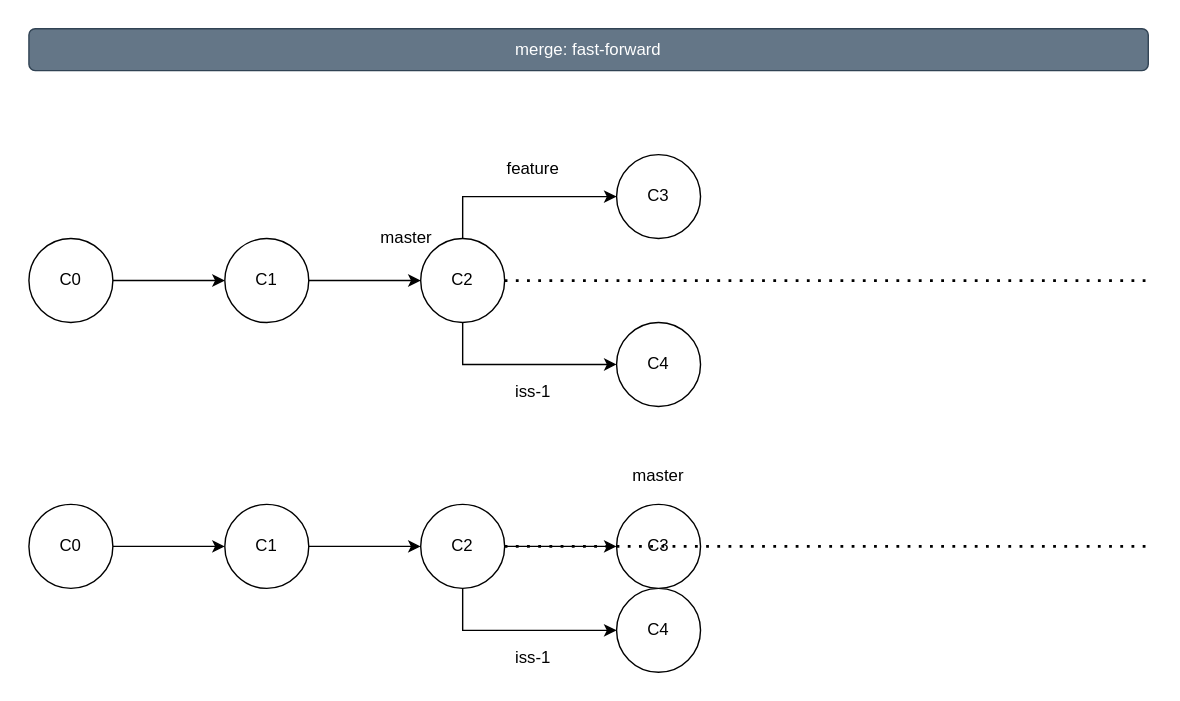
Earlier version of the draw.io export 03-工作流/images/merge.svg (cd-home/Root). Source tidied: cells renumbered, new cells last; positions are measured from the earlier drawing's top-left corner, leaving out a move shared by most shapes. Its diagram source:
```xml
<mxGraphModel>
  <root>
    <mxCell id="0" />
    <mxCell id="1" parent="0" />
    <mxCell id="2" value="merge: fast-forward" style="rounded=1;whiteSpace=wrap;html=1;fillColor=#647687;strokeColor=#314354;fontColor=#ffffff;" parent="1" vertex="1">
      <mxGeometry width="800" height="30" as="geometry" />
    </mxCell>
    <mxCell id="3" style="edgeStyle=orthogonalEdgeStyle;rounded=0;jettySize=auto;html=1;" parent="1" edge="1" source="4" target="6">
      <mxGeometry relative="1" as="geometry" />
    </mxCell>
    <mxCell id="4" value="C0" style="ellipse;whiteSpace=wrap;html=1;fillColor=#FFFFFF;" parent="1" vertex="1">
      <mxGeometry y="150" width="60" height="60" as="geometry" />
    </mxCell>
    <mxCell id="5" style="edgeStyle=orthogonalEdgeStyle;rounded=0;jettySize=auto;html=1;" parent="1" edge="1" source="6" target="9">
      <mxGeometry relative="1" as="geometry" />
    </mxCell>
    <mxCell id="6" value="C1" style="ellipse;whiteSpace=wrap;html=1;fillColor=#FFFFFF;" parent="1" vertex="1">
      <mxGeometry x="140" y="150" width="60" height="60" as="geometry" />
    </mxCell>
    <mxCell id="7" style="edgeStyle=orthogonalEdgeStyle;rounded=0;jettySize=auto;html=1;exitX=0.5;exitY=1;exitDx=0;exitDy=0;entryX=0;entryY=0.5;entryDx=0;entryDy=0;" parent="1" edge="1" source="9" target="10">
      <mxGeometry relative="1" as="geometry">
        <Array as="points">
          <mxPoint x="310" y="240" />
        </Array>
      </mxGeometry>
    </mxCell>
    <mxCell id="8" style="edgeStyle=orthogonalEdgeStyle;rounded=0;jettySize=auto;html=1;entryX=0;entryY=0.5;entryDx=0;entryDy=0;" parent="1" edge="1" source="9" target="11">
      <mxGeometry relative="1" as="geometry">
        <Array as="points">
          <mxPoint x="310" y="120" />
        </Array>
      </mxGeometry>
    </mxCell>
    <mxCell id="9" value="C2" style="ellipse;whiteSpace=wrap;html=1;fillColor=#FFFFFF;" parent="1" vertex="1">
      <mxGeometry x="280" y="150" width="60" height="60" as="geometry" />
    </mxCell>
    <mxCell id="10" value="C4" style="ellipse;whiteSpace=wrap;html=1;fillColor=#FFFFFF;" parent="1" vertex="1">
      <mxGeometry x="420" y="210" width="60" height="60" as="geometry" />
    </mxCell>
    <mxCell id="11" value="C3" style="ellipse;whiteSpace=wrap;html=1;fillColor=#FFFFFF;" parent="1" vertex="1">
      <mxGeometry x="420" y="90" width="60" height="60" as="geometry" />
    </mxCell>
    <mxCell id="12" value="master" style="text;html=1;strokeColor=none;fillColor=none;align=center;verticalAlign=middle;whiteSpace=wrap;rounded=0;" parent="1" vertex="1">
      <mxGeometry x="250" y="140" width="40" height="20" as="geometry" />
    </mxCell>
    <mxCell id="13" value="feature" style="text;html=1;align=center;verticalAlign=middle;strokeColor=none;" parent="1" vertex="1">
      <mxGeometry x="335" y="90" width="50" height="20" as="geometry" />
    </mxCell>
    <mxCell id="14" value="iss-1" style="text;html=1;align=center;verticalAlign=middle;strokeColor=none;" parent="1" vertex="1">
      <mxGeometry x="340" y="250" width="40" height="20" as="geometry" />
    </mxCell>
    <mxCell id="15" style="endArrow=none;dashed=1;html=1;dashPattern=1 3;strokeWidth=2;exitX=1;exitY=0.5;exitDx=0;exitDy=0;" parent="1" edge="1" source="9">
      <mxGeometry relative="1" as="geometry">
        <mxPoint x="800" y="180" as="targetPoint" />
      </mxGeometry>
    </mxCell>
    <mxCell id="16" style="edgeStyle=orthogonalEdgeStyle;rounded=0;jettySize=auto;html=1;" parent="1" edge="1" source="17" target="19">
      <mxGeometry relative="1" as="geometry" />
    </mxCell>
    <mxCell id="17" value="C0" style="ellipse;whiteSpace=wrap;html=1;fillColor=#FFFFFF;" parent="1" vertex="1">
      <mxGeometry y="340" width="60" height="60" as="geometry" />
    </mxCell>
    <mxCell id="18" style="edgeStyle=orthogonalEdgeStyle;rounded=0;jettySize=auto;html=1;" parent="1" edge="1" source="19" target="22">
      <mxGeometry relative="1" as="geometry" />
    </mxCell>
    <mxCell id="19" value="C1" style="ellipse;whiteSpace=wrap;html=1;fillColor=#FFFFFF;" parent="1" vertex="1">
      <mxGeometry x="140" y="340" width="60" height="60" as="geometry" />
    </mxCell>
    <mxCell id="20" style="edgeStyle=orthogonalEdgeStyle;rounded=0;jettySize=auto;html=1;exitX=0.5;exitY=1;exitDx=0;exitDy=0;entryX=0;entryY=0.5;entryDx=0;entryDy=0;" parent="1" edge="1" source="22" target="23">
      <mxGeometry relative="1" as="geometry">
        <Array as="points">
          <mxPoint x="310" y="430" />
        </Array>
      </mxGeometry>
    </mxCell>
    <mxCell id="21" style="edgeStyle=orthogonalEdgeStyle;rounded=0;jettySize=auto;html=1;entryX=0;entryY=0.5;entryDx=0;entryDy=0;" parent="1" edge="1" source="22" target="24">
      <mxGeometry relative="1" as="geometry">
        <Array as="points">
          <mxPoint x="370" y="370" />
          <mxPoint x="370" y="370" />
        </Array>
      </mxGeometry>
    </mxCell>
    <mxCell id="22" value="C2" style="ellipse;whiteSpace=wrap;html=1;fillColor=#FFFFFF;" parent="1" vertex="1">
      <mxGeometry x="280" y="340" width="60" height="60" as="geometry" />
    </mxCell>
    <mxCell id="23" value="C4" style="ellipse;whiteSpace=wrap;html=1;fillColor=#FFFFFF;" parent="1" vertex="1">
      <mxGeometry x="420" y="400" width="60" height="60" as="geometry" />
    </mxCell>
    <mxCell id="24" value="C3" style="ellipse;whiteSpace=wrap;html=1;fillColor=#FFFFFF;" parent="1" vertex="1">
      <mxGeometry x="420" y="340" width="60" height="60" as="geometry" />
    </mxCell>
    <mxCell id="25" value="master" style="text;html=1;strokeColor=none;fillColor=none;align=center;verticalAlign=middle;whiteSpace=wrap;rounded=0;" parent="1" vertex="1">
      <mxGeometry x="430" y="310" width="40" height="20" as="geometry" />
    </mxCell>
    <mxCell id="26" value="iss-1" style="text;html=1;align=center;verticalAlign=middle;strokeColor=none;" parent="1" vertex="1">
      <mxGeometry x="340" y="440" width="40" height="20" as="geometry" />
    </mxCell>
    <mxCell id="27" style="endArrow=none;dashed=1;html=1;dashPattern=1 3;strokeWidth=2;exitX=1;exitY=0.5;exitDx=0;exitDy=0;" parent="1" edge="1" source="22">
      <mxGeometry relative="1" as="geometry">
        <mxPoint x="800" y="370" as="targetPoint" />
      </mxGeometry>
    </mxCell>
  </root>
</mxGraphModel>
```
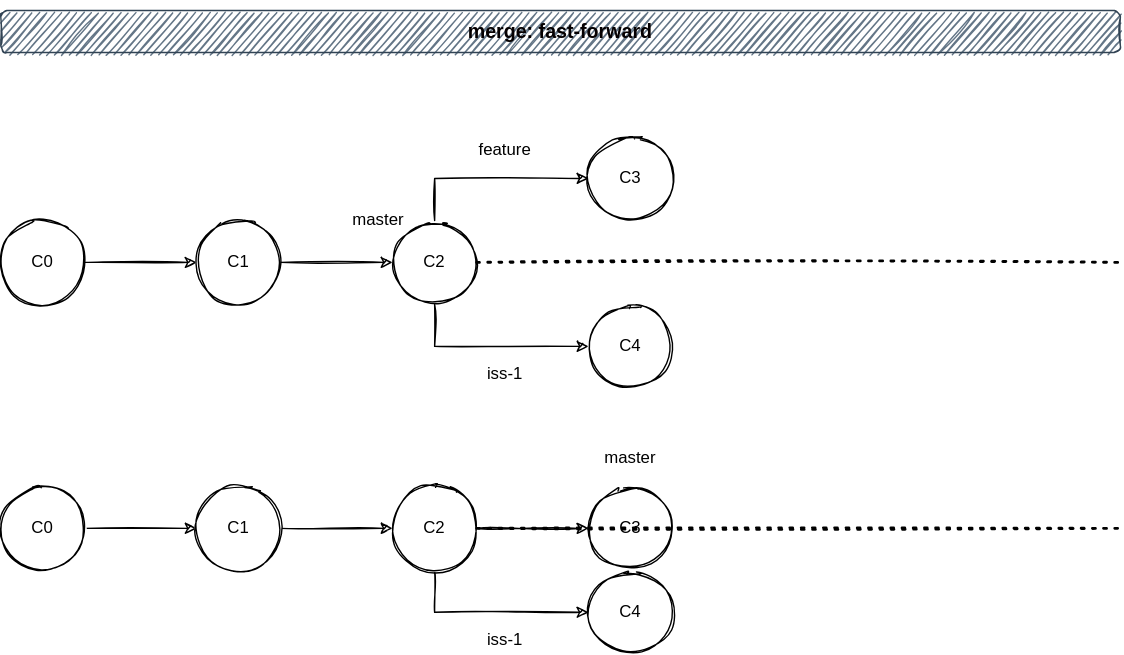
Later version of the same file.

The edit, as a diff of the source:
```diff
@@ -2,78 +2,78 @@
   <root>
     <mxCell id="0" />
     <mxCell id="1" parent="0" />
-    <mxCell id="2" value="merge: fast-forward" style="rounded=1;whiteSpace=wrap;html=1;fillColor=#647687;strokeColor=#314354;fontColor=#ffffff;" parent="1" vertex="1">
+    <mxCell id="2" value="&lt;h3&gt;&lt;font color=&quot;#050001&quot;&gt;merge: fast-forward&lt;/font&gt;&lt;/h3&gt;" style="rounded=1;whiteSpace=wrap;html=1;fillColor=#647687;strokeColor=#314354;fontColor=#ffffff;sketch=1;" parent="1" vertex="1">
       <mxGeometry width="800" height="30" as="geometry" />
     </mxCell>
-    <mxCell id="3" style="edgeStyle=orthogonalEdgeStyle;rounded=0;jettySize=auto;html=1;" parent="1" edge="1" source="4" target="6">
+    <mxCell id="3" style="edgeStyle=orthogonalEdgeStyle;rounded=0;jettySize=auto;html=1;sketch=1;" parent="1" edge="1" source="4" target="6">
       <mxGeometry relative="1" as="geometry" />
     </mxCell>
-    <mxCell id="4" value="C0" style="ellipse;whiteSpace=wrap;html=1;fillColor=#FFFFFF;" parent="1" vertex="1">
+    <mxCell id="4" value="C0" style="ellipse;whiteSpace=wrap;html=1;fillColor=#FFFFFF;sketch=1;" parent="1" vertex="1">
       <mxGeometry y="150" width="60" height="60" as="geometry" />
     </mxCell>
-    <mxCell id="5" style="edgeStyle=orthogonalEdgeStyle;rounded=0;jettySize=auto;html=1;" parent="1" edge="1" source="6" target="9">
+    <mxCell id="5" style="edgeStyle=orthogonalEdgeStyle;rounded=0;jettySize=auto;html=1;sketch=1;" parent="1" edge="1" source="6" target="9">
       <mxGeometry relative="1" as="geometry" />
     </mxCell>
-    <mxCell id="6" value="C1" style="ellipse;whiteSpace=wrap;html=1;fillColor=#FFFFFF;" parent="1" vertex="1">
+    <mxCell id="6" value="C1" style="ellipse;whiteSpace=wrap;html=1;fillColor=#FFFFFF;sketch=1;" parent="1" vertex="1">
       <mxGeometry x="140" y="150" width="60" height="60" as="geometry" />
     </mxCell>
-    <mxCell id="7" style="edgeStyle=orthogonalEdgeStyle;rounded=0;jettySize=auto;html=1;exitX=0.5;exitY=1;exitDx=0;exitDy=0;entryX=0;entryY=0.5;entryDx=0;entryDy=0;" parent="1" edge="1" source="9" target="10">
+    <mxCell id="7" style="edgeStyle=orthogonalEdgeStyle;rounded=0;jettySize=auto;html=1;exitX=0.5;exitY=1;exitDx=0;exitDy=0;entryX=0;entryY=0.5;entryDx=0;entryDy=0;sketch=1;" parent="1" edge="1" source="9" target="10">
       <mxGeometry relative="1" as="geometry">
         <Array as="points">
           <mxPoint x="310" y="240" />
         </Array>
       </mxGeometry>
     </mxCell>
-    <mxCell id="8" style="edgeStyle=orthogonalEdgeStyle;rounded=0;jettySize=auto;html=1;entryX=0;entryY=0.5;entryDx=0;entryDy=0;" parent="1" edge="1" source="9" target="11">
+    <mxCell id="8" style="edgeStyle=orthogonalEdgeStyle;rounded=0;jettySize=auto;html=1;entryX=0;entryY=0.5;entryDx=0;entryDy=0;sketch=1;" parent="1" edge="1" source="9" target="11">
       <mxGeometry relative="1" as="geometry">
         <Array as="points">
           <mxPoint x="310" y="120" />
         </Array>
       </mxGeometry>
     </mxCell>
-    <mxCell id="9" value="C2" style="ellipse;whiteSpace=wrap;html=1;fillColor=#FFFFFF;" parent="1" vertex="1">
+    <mxCell id="9" value="C2" style="ellipse;whiteSpace=wrap;html=1;fillColor=#FFFFFF;sketch=1;" parent="1" vertex="1">
       <mxGeometry x="280" y="150" width="60" height="60" as="geometry" />
     </mxCell>
-    <mxCell id="10" value="C4" style="ellipse;whiteSpace=wrap;html=1;fillColor=#FFFFFF;" parent="1" vertex="1">
+    <mxCell id="10" value="C4" style="ellipse;whiteSpace=wrap;html=1;fillColor=#FFFFFF;sketch=1;" parent="1" vertex="1">
       <mxGeometry x="420" y="210" width="60" height="60" as="geometry" />
     </mxCell>
-    <mxCell id="11" value="C3" style="ellipse;whiteSpace=wrap;html=1;fillColor=#FFFFFF;" parent="1" vertex="1">
+    <mxCell id="11" value="C3" style="ellipse;whiteSpace=wrap;html=1;fillColor=#FFFFFF;sketch=1;" parent="1" vertex="1">
       <mxGeometry x="420" y="90" width="60" height="60" as="geometry" />
     </mxCell>
-    <mxCell id="12" value="master" style="text;html=1;strokeColor=none;fillColor=none;align=center;verticalAlign=middle;whiteSpace=wrap;rounded=0;" parent="1" vertex="1">
+    <mxCell id="12" value="master" style="text;html=1;strokeColor=none;fillColor=none;align=center;verticalAlign=middle;whiteSpace=wrap;rounded=0;sketch=1;" parent="1" vertex="1">
       <mxGeometry x="250" y="140" width="40" height="20" as="geometry" />
     </mxCell>
-    <mxCell id="13" value="feature" style="text;html=1;align=center;verticalAlign=middle;strokeColor=none;" parent="1" vertex="1">
+    <mxCell id="13" value="feature" style="text;html=1;align=center;verticalAlign=middle;strokeColor=none;sketch=1;" parent="1" vertex="1">
       <mxGeometry x="335" y="90" width="50" height="20" as="geometry" />
     </mxCell>
-    <mxCell id="14" value="iss-1" style="text;html=1;align=center;verticalAlign=middle;strokeColor=none;" parent="1" vertex="1">
+    <mxCell id="14" value="iss-1" style="text;html=1;align=center;verticalAlign=middle;strokeColor=none;sketch=1;" parent="1" vertex="1">
       <mxGeometry x="340" y="250" width="40" height="20" as="geometry" />
     </mxCell>
-    <mxCell id="15" style="endArrow=none;dashed=1;html=1;dashPattern=1 3;strokeWidth=2;exitX=1;exitY=0.5;exitDx=0;exitDy=0;" parent="1" edge="1" source="9">
+    <mxCell id="15" style="endArrow=none;dashed=1;html=1;dashPattern=1 3;strokeWidth=2;exitX=1;exitY=0.5;exitDx=0;exitDy=0;sketch=1;" parent="1" edge="1" source="9">
       <mxGeometry relative="1" as="geometry">
         <mxPoint x="800" y="180" as="targetPoint" />
       </mxGeometry>
     </mxCell>
-    <mxCell id="16" style="edgeStyle=orthogonalEdgeStyle;rounded=0;jettySize=auto;html=1;" parent="1" edge="1" source="17" target="19">
+    <mxCell id="16" style="edgeStyle=orthogonalEdgeStyle;rounded=0;jettySize=auto;html=1;sketch=1;" parent="1" edge="1" source="17" target="19">
       <mxGeometry relative="1" as="geometry" />
     </mxCell>
-    <mxCell id="17" value="C0" style="ellipse;whiteSpace=wrap;html=1;fillColor=#FFFFFF;" parent="1" vertex="1">
+    <mxCell id="17" value="C0" style="ellipse;whiteSpace=wrap;html=1;fillColor=#FFFFFF;sketch=1;" parent="1" vertex="1">
       <mxGeometry y="340" width="60" height="60" as="geometry" />
     </mxCell>
-    <mxCell id="18" style="edgeStyle=orthogonalEdgeStyle;rounded=0;jettySize=auto;html=1;" parent="1" edge="1" source="19" target="22">
+    <mxCell id="18" style="edgeStyle=orthogonalEdgeStyle;rounded=0;jettySize=auto;html=1;sketch=1;" parent="1" edge="1" source="19" target="22">
       <mxGeometry relative="1" as="geometry" />
     </mxCell>
-    <mxCell id="19" value="C1" style="ellipse;whiteSpace=wrap;html=1;fillColor=#FFFFFF;" parent="1" vertex="1">
+    <mxCell id="19" value="C1" style="ellipse;whiteSpace=wrap;html=1;fillColor=#FFFFFF;sketch=1;" parent="1" vertex="1">
       <mxGeometry x="140" y="340" width="60" height="60" as="geometry" />
     </mxCell>
-    <mxCell id="20" style="edgeStyle=orthogonalEdgeStyle;rounded=0;jettySize=auto;html=1;exitX=0.5;exitY=1;exitDx=0;exitDy=0;entryX=0;entryY=0.5;entryDx=0;entryDy=0;" parent="1" edge="1" source="22" target="23">
+    <mxCell id="20" style="edgeStyle=orthogonalEdgeStyle;rounded=0;jettySize=auto;html=1;exitX=0.5;exitY=1;exitDx=0;exitDy=0;entryX=0;entryY=0.5;entryDx=0;entryDy=0;sketch=1;" parent="1" edge="1" source="22" target="23">
       <mxGeometry relative="1" as="geometry">
         <Array as="points">
           <mxPoint x="310" y="430" />
         </Array>
       </mxGeometry>
     </mxCell>
-    <mxCell id="21" style="edgeStyle=orthogonalEdgeStyle;rounded=0;jettySize=auto;html=1;entryX=0;entryY=0.5;entryDx=0;entryDy=0;" parent="1" edge="1" source="22" target="24">
+    <mxCell id="21" style="edgeStyle=orthogonalEdgeStyle;rounded=0;jettySize=auto;html=1;entryX=0;entryY=0.5;entryDx=0;entryDy=0;sketch=1;" parent="1" edge="1" source="22" target="24">
       <mxGeometry relative="1" as="geometry">
         <Array as="points">
           <mxPoint x="370" y="370" />
@@ -81,22 +81,22 @@
         </Array>
       </mxGeometry>
     </mxCell>
-    <mxCell id="22" value="C2" style="ellipse;whiteSpace=wrap;html=1;fillColor=#FFFFFF;" parent="1" vertex="1">
+    <mxCell id="22" value="C2" style="ellipse;whiteSpace=wrap;html=1;fillColor=#FFFFFF;sketch=1;" parent="1" vertex="1">
       <mxGeometry x="280" y="340" width="60" height="60" as="geometry" />
     </mxCell>
-    <mxCell id="23" value="C4" style="ellipse;whiteSpace=wrap;html=1;fillColor=#FFFFFF;" parent="1" vertex="1">
+    <mxCell id="23" value="C4" style="ellipse;whiteSpace=wrap;html=1;fillColor=#FFFFFF;sketch=1;" parent="1" vertex="1">
       <mxGeometry x="420" y="400" width="60" height="60" as="geometry" />
     </mxCell>
-    <mxCell id="24" value="C3" style="ellipse;whiteSpace=wrap;html=1;fillColor=#FFFFFF;" parent="1" vertex="1">
+    <mxCell id="24" value="C3" style="ellipse;whiteSpace=wrap;html=1;fillColor=#FFFFFF;sketch=1;" parent="1" vertex="1">
       <mxGeometry x="420" y="340" width="60" height="60" as="geometry" />
     </mxCell>
-    <mxCell id="25" value="master" style="text;html=1;strokeColor=none;fillColor=none;align=center;verticalAlign=middle;whiteSpace=wrap;rounded=0;" parent="1" vertex="1">
+    <mxCell id="25" value="master" style="text;html=1;strokeColor=none;fillColor=none;align=center;verticalAlign=middle;whiteSpace=wrap;rounded=0;sketch=1;" parent="1" vertex="1">
       <mxGeometry x="430" y="310" width="40" height="20" as="geometry" />
     </mxCell>
-    <mxCell id="26" value="iss-1" style="text;html=1;align=center;verticalAlign=middle;strokeColor=none;" parent="1" vertex="1">
+    <mxCell id="26" value="iss-1" style="text;html=1;align=center;verticalAlign=middle;strokeColor=none;sketch=1;" parent="1" vertex="1">
       <mxGeometry x="340" y="440" width="40" height="20" as="geometry" />
     </mxCell>
-    <mxCell id="27" style="endArrow=none;dashed=1;html=1;dashPattern=1 3;strokeWidth=2;exitX=1;exitY=0.5;exitDx=0;exitDy=0;" parent="1" edge="1" source="22">
+    <mxCell id="27" style="endArrow=none;dashed=1;html=1;dashPattern=1 3;strokeWidth=2;exitX=1;exitY=0.5;exitDx=0;exitDy=0;sketch=1;" parent="1" edge="1" source="22">
       <mxGeometry relative="1" as="geometry">
         <mxPoint x="800" y="370" as="targetPoint" />
       </mxGeometry>
```
